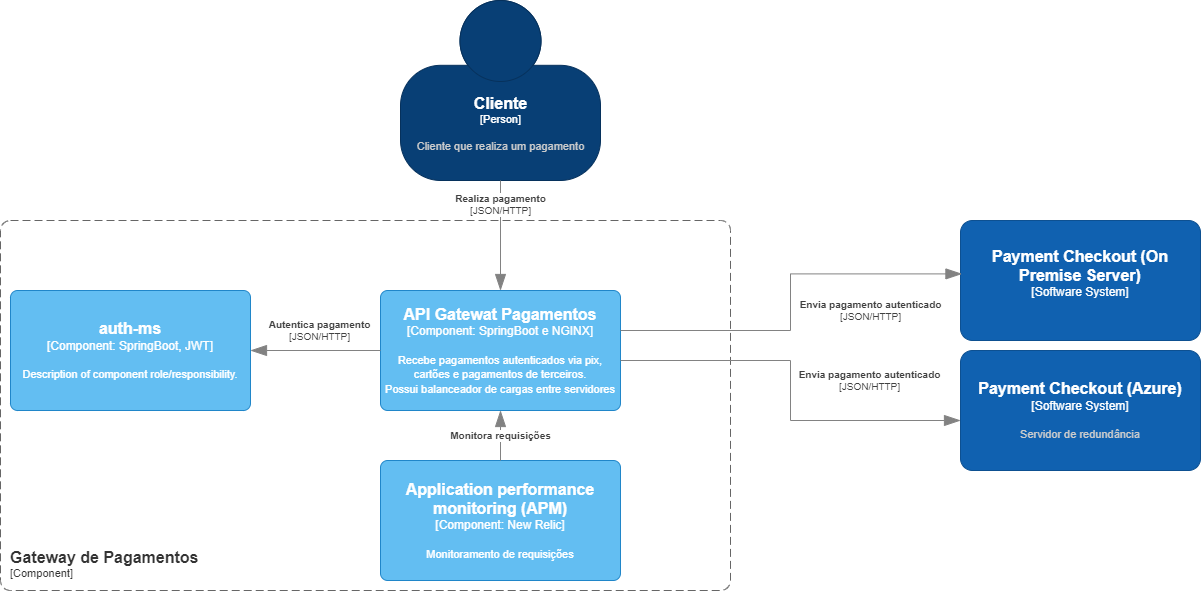
Above: Container Gateway Pagamentos.drawio.png in felipesalvadordev/payment-system-architecture-C4 (draw.io), before the change. Source tidied: cells renumbered, new cells last; positions are measured from the earlier drawing's top-left corner, leaving out a move shared by most shapes. The source it was exported from:
```xml
<mxGraphModel>
  <root>
    <mxCell id="0" />
    <mxCell id="1" parent="0" />
    <object id="2" label="&lt;font style=&quot;font-size: 16px&quot;&gt;&lt;b&gt;%c4Name%&lt;/b&gt;&lt;/font&gt;&lt;div&gt;[%c4Type%]&lt;/div&gt;&lt;br&gt;&lt;div&gt;&lt;font style=&quot;font-size: 11px&quot;&gt;&lt;font color=&quot;#cccccc&quot;&gt;%c4Description%&lt;/font&gt;&lt;/div&gt;" c4Description="Cliente que realiza um pagamento" c4Name="Cliente" c4Type="Person" placeholders="1">
      <mxCell style="html=1;fontSize=11;dashed=0;whitespace=wrap;fillColor=#083F75;strokeColor=#06315C;fontColor=#ffffff;shape=mxgraph.c4.person2;align=center;points=[[0.5,0,0],[1,0.5,0],[1,0.75,0],[0.75,1,0],[0.5,1,0],[0.25,1,0],[0,0.75,0],[0,0.5,0]];" parent="1" vertex="1">
        <mxGeometry x="400" width="200" height="180" as="geometry" />
      </mxCell>
    </object>
    <object id="3" label="&lt;font style=&quot;font-size: 16px&quot;&gt;&lt;b&gt;&lt;div style=&quot;text-align: left&quot;&gt;%c4Name%&lt;/div&gt;&lt;/b&gt;&lt;/font&gt;&lt;div style=&quot;text-align: left&quot;&gt;[%c4Application%]&lt;/div&gt;" c4Application="Component" c4Name="Gateway de Pagamentos" c4Type="ContainerScopeBoundary" placeholders="1">
      <mxCell style="rounded=1;fontSize=11;whiteSpace=wrap;html=1;dashed=1;arcSize=20;fillColor=none;strokeColor=#666666;fontColor=#333333;labelBackgroundColor=none;align=left;verticalAlign=bottom;labelBorderColor=none;spacingTop=0;spacing=10;dashPattern=8 4;perimeter=rectanglePerimeter;noLabel=0;labelPadding=0;absoluteArcSize=1;" parent="1" vertex="1">
        <mxGeometry y="220" width="730" height="370" as="geometry" />
      </mxCell>
    </object>
    <object id="4" label="&lt;div style=&quot;text-align: left&quot;&gt;&lt;div style=&quot;text-align: center&quot;&gt;&lt;b&gt;%c4Description%&lt;/b&gt;&lt;/div&gt;&lt;div style=&quot;text-align: center&quot;&gt;[%c4Technology%]&lt;/div&gt;&lt;/div&gt;" c4Description="Realiza pagamento" c4Technology="JSON/HTTP" c4Type="Relationship" placeholders="1">
      <mxCell style="endArrow=blockThin;html=1;fontSize=10;fontColor=#404040;strokeWidth=1;endFill=1;strokeColor=#828282;elbow=vertical;endSize=14;startSize=14;jumpStyle=arc;jumpSize=16;rounded=0;edgeStyle=orthogonalEdgeStyle;entryX=0.5;entryY=0;entryDx=0;entryDy=0;entryPerimeter=0;exitX=0.5;exitY=1;exitDx=0;exitDy=0;exitPerimeter=0;" parent="1" edge="1" source="2" target="8">
        <mxGeometry x="-0.56" relative="1" as="geometry" />
      </mxCell>
    </object>
    <object id="5" label="&lt;font style=&quot;font-size: 16px&quot;&gt;&lt;b&gt;%c4Name%&lt;/b&gt;&lt;/font&gt;&lt;div&gt;[%c4Type%]&lt;/div&gt;&lt;br&gt;&lt;div&gt;&lt;font style=&quot;font-size: 11px&quot;&gt;&lt;font color=&quot;#cccccc&quot;&gt;%c4Description%&lt;/font&gt;&lt;/div&gt;" c4Description="" c4Name="Payment Checkout (On Premise Server)" c4Type="Software System" placeholders="1">
      <mxCell style="rounded=1;whiteSpace=wrap;html=1;labelBackgroundColor=none;fillColor=#1061B0;fontColor=#ffffff;align=center;arcSize=10;strokeColor=#0D5091;points=[[0.25,0,0],[0.5,0,0],[0.75,0,0],[1,0.25,0],[1,0.5,0],[1,0.75,0],[0.75,1,0],[0.5,1,0],[0.25,1,0],[0,0.75,0],[0,0.5,0],[0,0.25,0]];" parent="1" vertex="1">
        <mxGeometry x="960" y="220" width="240" height="120" as="geometry" />
      </mxCell>
    </object>
    <object id="6" label="&lt;font style=&quot;font-size: 16px&quot;&gt;&lt;b&gt;%c4Name%&lt;/b&gt;&lt;/font&gt;&lt;div&gt;[%c4Type%: %c4Technology%]&lt;/div&gt;&lt;br&gt;&lt;div&gt;&lt;font style=&quot;font-size: 11px&quot;&gt;%c4Description%&lt;/font&gt;&lt;/div&gt;" c4Description="Monitoramento de requisições" c4Name="Application performance monitoring (APM)" c4Technology="New Relic" c4Type="Component" placeholders="1">
      <mxCell style="rounded=1;whiteSpace=wrap;html=1;labelBackgroundColor=none;fillColor=#63BEF2;fontColor=#ffffff;align=center;arcSize=6;strokeColor=#2086C9;points=[[0.25,0,0],[0.5,0,0],[0.75,0,0],[1,0.25,0],[1,0.5,0],[1,0.75,0],[0.75,1,0],[0.5,1,0],[0.25,1,0],[0,0.75,0],[0,0.5,0],[0,0.25,0]];" parent="1" vertex="1">
        <mxGeometry x="380" y="460" width="240" height="120" as="geometry" />
      </mxCell>
    </object>
    <object id="7" label="&lt;div style=&quot;text-align: left&quot;&gt;&lt;div style=&quot;text-align: center&quot;&gt;&lt;b&gt;%c4Description%&lt;/b&gt;&lt;/div&gt;" c4Description="Monitora requisições" c4Type="Relationship" placeholders="1">
      <mxCell style="endArrow=blockThin;html=1;fontSize=10;fontColor=#404040;strokeWidth=1;endFill=1;strokeColor=#828282;elbow=vertical;endSize=14;startSize=14;jumpStyle=arc;jumpSize=16;rounded=0;edgeStyle=orthogonalEdgeStyle;" parent="1" edge="1" source="6" target="8">
        <mxGeometry relative="1" as="geometry" />
      </mxCell>
    </object>
    <object id="8" label="&lt;font style=&quot;font-size: 16px&quot;&gt;&lt;b&gt;%c4Name%&lt;/b&gt;&lt;/font&gt;&lt;div&gt;[%c4Type%: %c4Technology%]&lt;/div&gt;&lt;br&gt;&lt;div&gt;&lt;font style=&quot;font-size: 11px&quot;&gt;%c4Description%&lt;/font&gt;&lt;/div&gt;" c4Description="Recebe pagamentos autenticados via pix, cartões e pagamentos de terceiros.&#10;Possui balanceador de cargas entre servidores" c4Name="API Gatewat Pagamentos" c4Technology="SpringBoot e NGINX" c4Type="Component" placeholders="1">
      <mxCell style="rounded=1;whiteSpace=wrap;html=1;labelBackgroundColor=none;fillColor=#63BEF2;fontColor=#ffffff;align=center;arcSize=6;strokeColor=#2086C9;points=[[0.25,0,0],[0.5,0,0],[0.75,0,0],[1,0.25,0],[1,0.5,0],[1,0.75,0],[0.75,1,0],[0.5,1,0],[0.25,1,0],[0,0.75,0],[0,0.5,0],[0,0.25,0]];" parent="1" vertex="1">
        <mxGeometry x="380" y="290" width="240" height="120" as="geometry" />
      </mxCell>
    </object>
    <object id="9" label="&lt;font style=&quot;font-size: 16px&quot;&gt;&lt;b&gt;%c4Name%&lt;/b&gt;&lt;/font&gt;&lt;div&gt;[%c4Type%: %c4Technology%]&lt;/div&gt;&lt;br&gt;&lt;div&gt;&lt;font style=&quot;font-size: 11px&quot;&gt;%c4Description%&lt;/font&gt;&lt;/div&gt;" c4Description="Description of component role/responsibility." c4Name="auth-ms" c4Technology="SpringBoot, JWT" c4Type="Component" placeholders="1">
      <mxCell style="rounded=1;whiteSpace=wrap;html=1;labelBackgroundColor=none;fillColor=#63BEF2;fontColor=#ffffff;align=center;arcSize=6;strokeColor=#2086C9;points=[[0.25,0,0],[0.5,0,0],[0.75,0,0],[1,0.25,0],[1,0.5,0],[1,0.75,0],[0.75,1,0],[0.5,1,0],[0.25,1,0],[0,0.75,0],[0,0.5,0],[0,0.25,0]];" parent="1" vertex="1">
        <mxGeometry x="10" y="290" width="240" height="120" as="geometry" />
      </mxCell>
    </object>
    <object id="10" label="&lt;div style=&quot;text-align: left&quot;&gt;&lt;div style=&quot;text-align: center&quot;&gt;&lt;b&gt;%c4Description%&lt;/b&gt;&lt;/div&gt;&lt;div style=&quot;text-align: center&quot;&gt;[%c4Technology%]&lt;/div&gt;&lt;/div&gt;" c4Description="Autentica pagamento" c4Technology="JSON/HTTP" c4Type="Relationship" placeholders="1">
      <mxCell style="endArrow=blockThin;html=1;fontSize=10;fontColor=#404040;strokeWidth=1;endFill=1;strokeColor=#828282;elbow=vertical;endSize=14;startSize=14;jumpStyle=arc;jumpSize=16;rounded=0;edgeStyle=orthogonalEdgeStyle;" parent="1" edge="1" source="8" target="9">
        <mxGeometry x="-0.07" y="-20" relative="1" as="geometry" />
      </mxCell>
    </object>
    <object id="11" label="&lt;font style=&quot;font-size: 16px&quot;&gt;&lt;b&gt;%c4Name%&lt;/b&gt;&lt;/font&gt;&lt;div&gt;[%c4Type%]&lt;/div&gt;&lt;br&gt;&lt;div&gt;&lt;font style=&quot;font-size: 11px&quot;&gt;&lt;font color=&quot;#cccccc&quot;&gt;%c4Description%&lt;/font&gt;&lt;/div&gt;" c4Description="Servidor de redundância" c4Name="Payment Checkout (Azure)" c4Type="Software System" placeholders="1">
      <mxCell style="rounded=1;whiteSpace=wrap;html=1;labelBackgroundColor=none;fillColor=#1061B0;fontColor=#ffffff;align=center;arcSize=10;strokeColor=#0D5091;points=[[0.25,0,0],[0.5,0,0],[0.75,0,0],[1,0.25,0],[1,0.5,0],[1,0.75,0],[0.75,1,0],[0.5,1,0],[0.25,1,0],[0,0.75,0],[0,0.5,0],[0,0.25,0]];" parent="1" vertex="1">
        <mxGeometry x="960" y="350" width="240" height="120" as="geometry" />
      </mxCell>
    </object>
    <object id="12" label="&lt;div style=&quot;text-align: left&quot;&gt;&lt;div style=&quot;text-align: center&quot;&gt;&lt;b&gt;%c4Description%&lt;/b&gt;&lt;/div&gt;&lt;div style=&quot;text-align: center&quot;&gt;[%c4Technology%]&lt;/div&gt;&lt;/div&gt;" c4Description="Envia pagamento autenticado" c4Technology="JSON/HTTP" c4Type="Relationship" placeholders="1">
      <mxCell style="endArrow=blockThin;html=1;fontSize=10;fontColor=#404040;strokeWidth=1;endFill=1;strokeColor=#828282;elbow=vertical;endSize=14;startSize=14;jumpStyle=arc;jumpSize=16;rounded=0;edgeStyle=orthogonalEdgeStyle;" parent="1" edge="1" source="8" target="11">
        <mxGeometry x="0.55" y="40" relative="1" as="geometry">
          <Array as="points">
            <mxPoint x="790" y="360" />
            <mxPoint x="790" y="420" />
          </Array>
          <mxPoint x="-1" as="offset" />
        </mxGeometry>
      </mxCell>
    </object>
    <object id="13" label="&lt;div style=&quot;text-align: left&quot;&gt;&lt;div style=&quot;text-align: center&quot;&gt;&lt;b&gt;%c4Description%&lt;/b&gt;&lt;/div&gt;&lt;div style=&quot;text-align: center&quot;&gt;[%c4Technology%]&lt;/div&gt;&lt;/div&gt;" c4Description="Envia pagamento autenticado" c4Technology="JSON/HTTP" c4Type="Relationship" placeholders="1">
      <mxCell style="endArrow=blockThin;html=1;fontSize=10;fontColor=#404040;strokeWidth=1;endFill=1;strokeColor=#828282;elbow=vertical;endSize=14;startSize=14;jumpStyle=arc;jumpSize=16;rounded=0;edgeStyle=orthogonalEdgeStyle;entryX=0.006;entryY=0.445;entryDx=0;entryDy=0;entryPerimeter=0;" parent="1" edge="1" source="8" target="5">
        <mxGeometry x="0.54" y="-37" relative="1" as="geometry">
          <Array as="points">
            <mxPoint x="790" y="330" />
            <mxPoint x="790" y="273" />
          </Array>
        </mxGeometry>
      </mxCell>
    </object>
  </root>
</mxGraphModel>
```
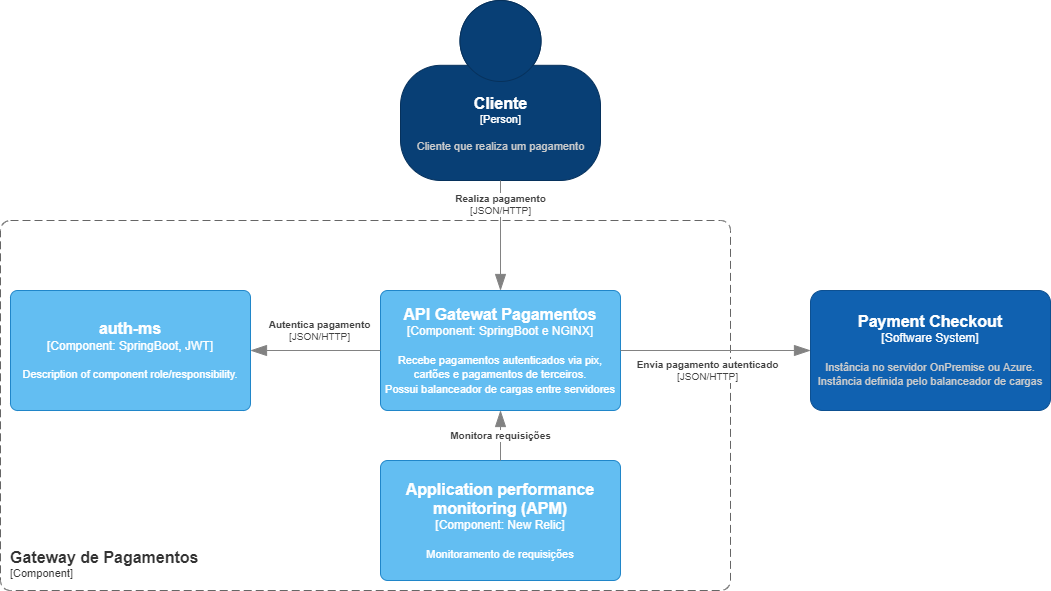
Above is the later version.

Diff of the diagram source:
```diff
@@ -17,9 +17,9 @@
         <mxGeometry x="-0.56" relative="1" as="geometry" />
       </mxCell>
     </object>
-    <object id="5" label="&lt;font style=&quot;font-size: 16px&quot;&gt;&lt;b&gt;%c4Name%&lt;/b&gt;&lt;/font&gt;&lt;div&gt;[%c4Type%]&lt;/div&gt;&lt;br&gt;&lt;div&gt;&lt;font style=&quot;font-size: 11px&quot;&gt;&lt;font color=&quot;#cccccc&quot;&gt;%c4Description%&lt;/font&gt;&lt;/div&gt;" c4Description="" c4Name="Payment Checkout (On Premise Server)" c4Type="Software System" placeholders="1">
+    <object id="5" label="&lt;font style=&quot;font-size: 16px&quot;&gt;&lt;b&gt;%c4Name%&lt;/b&gt;&lt;/font&gt;&lt;div&gt;[%c4Type%]&lt;/div&gt;&lt;br&gt;&lt;div&gt;&lt;font style=&quot;font-size: 11px&quot;&gt;&lt;font color=&quot;#cccccc&quot;&gt;%c4Description%&lt;/font&gt;&lt;/div&gt;" c4Description="Instância no servidor OnPremise ou Azure.&#10;Instância definida pelo balanceador de cargas" c4Name="Payment Checkout" c4Type="Software System" placeholders="1">
       <mxCell style="rounded=1;whiteSpace=wrap;html=1;labelBackgroundColor=none;fillColor=#1061B0;fontColor=#ffffff;align=center;arcSize=10;strokeColor=#0D5091;points=[[0.25,0,0],[0.5,0,0],[0.75,0,0],[1,0.25,0],[1,0.5,0],[1,0.75,0],[0.75,1,0],[0.5,1,0],[0.25,1,0],[0,0.75,0],[0,0.5,0],[0,0.25,0]];" parent="1" vertex="1">
-        <mxGeometry x="960" y="220" width="240" height="120" as="geometry" />
+        <mxGeometry x="810" y="290" width="240" height="120" as="geometry" />
       </mxCell>
     </object>
     <object id="6" label="&lt;font style=&quot;font-size: 16px&quot;&gt;&lt;b&gt;%c4Name%&lt;/b&gt;&lt;/font&gt;&lt;div&gt;[%c4Type%: %c4Technology%]&lt;/div&gt;&lt;br&gt;&lt;div&gt;&lt;font style=&quot;font-size: 11px&quot;&gt;%c4Description%&lt;/font&gt;&lt;/div&gt;" c4Description="Monitoramento de requisições" c4Name="Application performance monitoring (APM)" c4Technology="New Relic" c4Type="Component" placeholders="1">
@@ -47,30 +47,9 @@
         <mxGeometry x="-0.07" y="-20" relative="1" as="geometry" />
       </mxCell>
     </object>
-    <object id="11" label="&lt;font style=&quot;font-size: 16px&quot;&gt;&lt;b&gt;%c4Name%&lt;/b&gt;&lt;/font&gt;&lt;div&gt;[%c4Type%]&lt;/div&gt;&lt;br&gt;&lt;div&gt;&lt;font style=&quot;font-size: 11px&quot;&gt;&lt;font color=&quot;#cccccc&quot;&gt;%c4Description%&lt;/font&gt;&lt;/div&gt;" c4Description="Servidor de redundância" c4Name="Payment Checkout (Azure)" c4Type="Software System" placeholders="1">
-      <mxCell style="rounded=1;whiteSpace=wrap;html=1;labelBackgroundColor=none;fillColor=#1061B0;fontColor=#ffffff;align=center;arcSize=10;strokeColor=#0D5091;points=[[0.25,0,0],[0.5,0,0],[0.75,0,0],[1,0.25,0],[1,0.5,0],[1,0.75,0],[0.75,1,0],[0.5,1,0],[0.25,1,0],[0,0.75,0],[0,0.5,0],[0,0.25,0]];" parent="1" vertex="1">
-        <mxGeometry x="960" y="350" width="240" height="120" as="geometry" />
-      </mxCell>
-    </object>
-    <object id="12" label="&lt;div style=&quot;text-align: left&quot;&gt;&lt;div style=&quot;text-align: center&quot;&gt;&lt;b&gt;%c4Description%&lt;/b&gt;&lt;/div&gt;&lt;div style=&quot;text-align: center&quot;&gt;[%c4Technology%]&lt;/div&gt;&lt;/div&gt;" c4Description="Envia pagamento autenticado" c4Technology="JSON/HTTP" c4Type="Relationship" placeholders="1">
-      <mxCell style="endArrow=blockThin;html=1;fontSize=10;fontColor=#404040;strokeWidth=1;endFill=1;strokeColor=#828282;elbow=vertical;endSize=14;startSize=14;jumpStyle=arc;jumpSize=16;rounded=0;edgeStyle=orthogonalEdgeStyle;" parent="1" edge="1" source="8" target="11">
-        <mxGeometry x="0.55" y="40" relative="1" as="geometry">
-          <Array as="points">
-            <mxPoint x="790" y="360" />
-            <mxPoint x="790" y="420" />
-          </Array>
-          <mxPoint x="-1" as="offset" />
-        </mxGeometry>
-      </mxCell>
-    </object>
     <object id="13" label="&lt;div style=&quot;text-align: left&quot;&gt;&lt;div style=&quot;text-align: center&quot;&gt;&lt;b&gt;%c4Description%&lt;/b&gt;&lt;/div&gt;&lt;div style=&quot;text-align: center&quot;&gt;[%c4Technology%]&lt;/div&gt;&lt;/div&gt;" c4Description="Envia pagamento autenticado" c4Technology="JSON/HTTP" c4Type="Relationship" placeholders="1">
-      <mxCell style="endArrow=blockThin;html=1;fontSize=10;fontColor=#404040;strokeWidth=1;endFill=1;strokeColor=#828282;elbow=vertical;endSize=14;startSize=14;jumpStyle=arc;jumpSize=16;rounded=0;edgeStyle=orthogonalEdgeStyle;entryX=0.006;entryY=0.445;entryDx=0;entryDy=0;entryPerimeter=0;" parent="1" edge="1" source="8" target="5">
-        <mxGeometry x="0.54" y="-37" relative="1" as="geometry">
-          <Array as="points">
-            <mxPoint x="790" y="330" />
-            <mxPoint x="790" y="273" />
-          </Array>
-        </mxGeometry>
+      <mxCell style="endArrow=blockThin;html=1;fontSize=10;fontColor=#404040;strokeWidth=1;endFill=1;strokeColor=#828282;elbow=vertical;endSize=14;startSize=14;jumpStyle=arc;jumpSize=16;rounded=0;edgeStyle=orthogonalEdgeStyle;" parent="1" edge="1" source="8" target="5">
+        <mxGeometry x="-0.08" y="-20" relative="1" as="geometry" />
       </mxCell>
     </object>
   </root>
```
